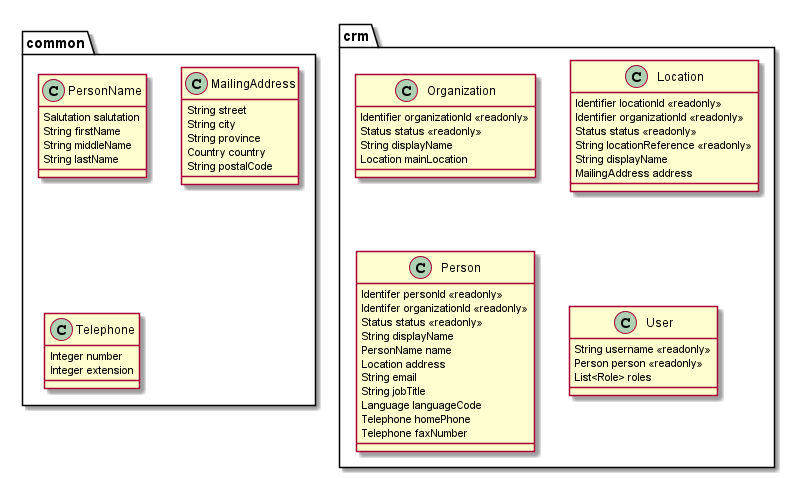
Before: crm/uml/images/topics.png, a diagram exported from PlantUML (magex9/apis).
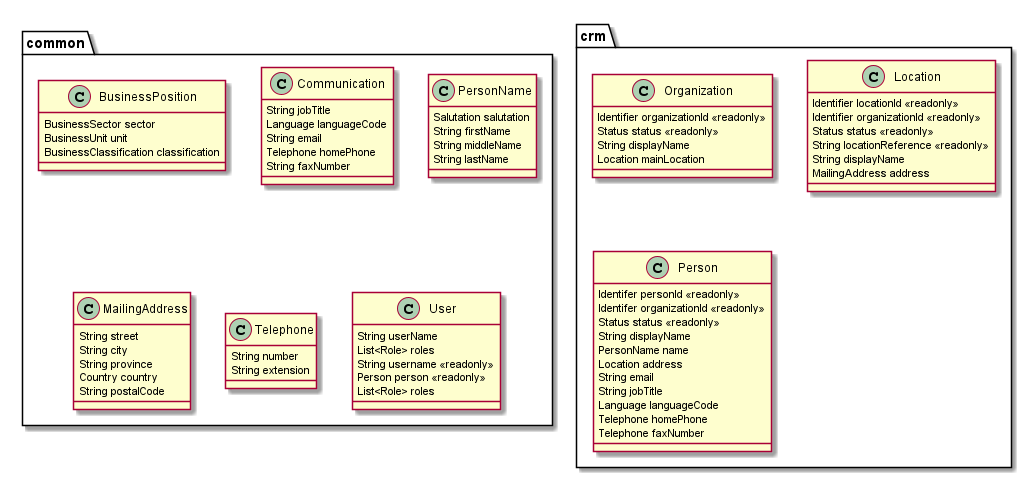
After the commit.

Change to the diagram source:
```diff
@@ -1,6 +1,21 @@
 @startuml
 
 package "common" {
+
+    class BusinessPosition {
+        BusinessSector sector
+	    BusinessUnit unit
+    	BusinessClassification classification
+    }
+
+    class Communication {
+        String jobTitle
+        Language languageCode
+        String email
+        Telephone homePhone
+        String faxNumber
+    }
+
     class PersonName {
         Salutation salutation
         String firstName
@@ -17,8 +32,13 @@
     }
 
     class Telephone {
-        Integer number
-        Integer extension
+        String number
+        String extension
+    }
+
+    class User {
+        String userName
+        List<Role> roles
     }
 }
 
```
